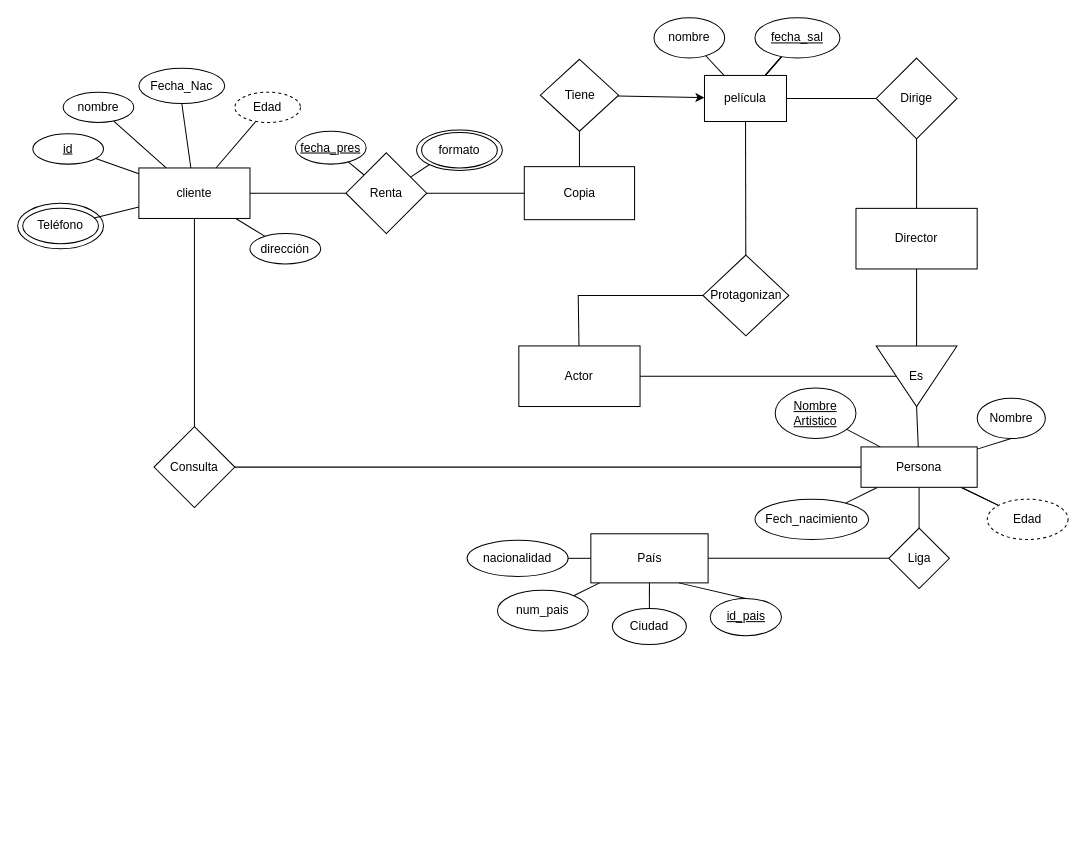
Earlier version of the draw.io diagram videoStore.drawio (jesalazaro/ER-diagrams). Source tidied: cells renumbered, new cells numbered last; positions are measured from the earlier drawing's top-left corner, leaving out a move shared by most shapes. Both pictures are drawn from the tidied source at 101%, with x=0, y=0 at pixel (17, 17).
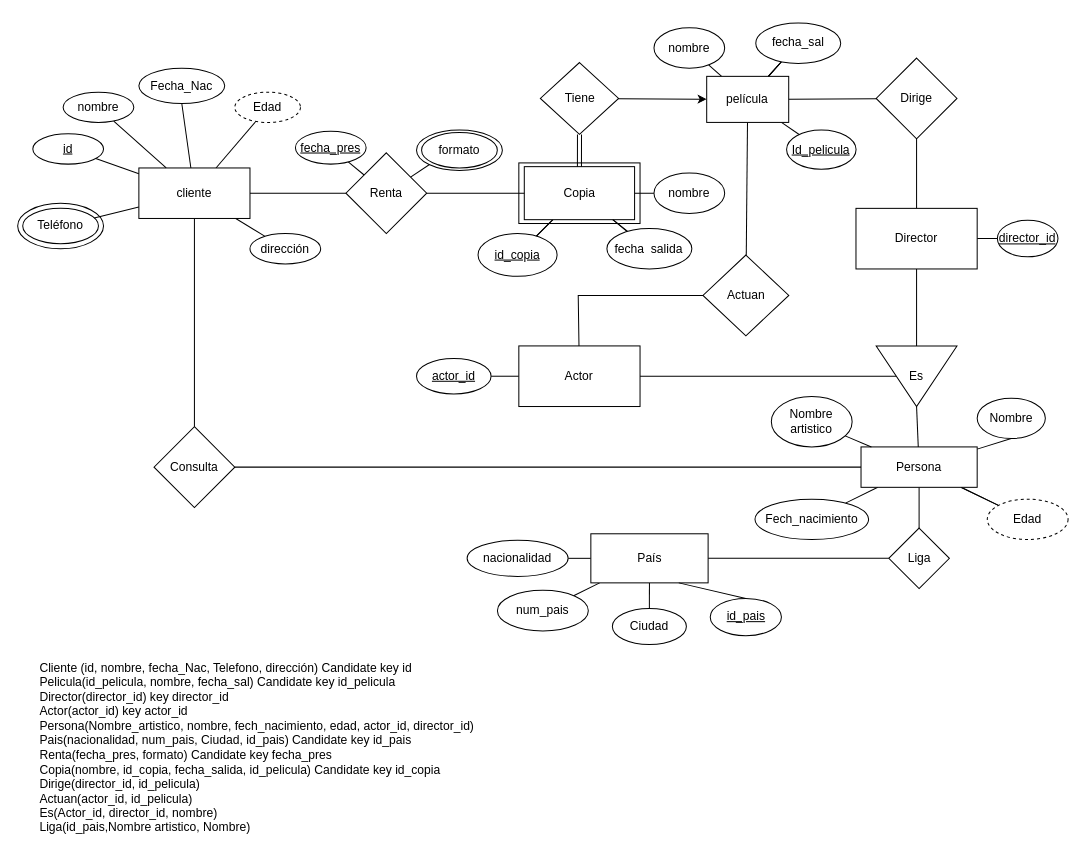
Above is the later version.

The change refers to these unchanged cells:
```xml
<mxCell id="14" value="dirección" style="ellipse;whiteSpace=wrap;html=1;rounded=0;" parent="1" vertex="1">
  <mxGeometry x="230" y="213.8" width="70" height="30" as="geometry" />
</mxCell>
<mxCell id="19" value="Copia" style="rounded=0;whiteSpace=wrap;html=1;" parent="1" vertex="1">
  <mxGeometry x="501.6" y="147.5" width="109.2" height="52.5" as="geometry" />
</mxCell>
<mxCell id="29" value="Actor" style="whiteSpace=wrap;html=1;rounded=0;" parent="1" vertex="1">
  <mxGeometry x="496.2" y="325" width="120" height="60" as="geometry" />
</mxCell>
<mxCell id="33" value="Director" style="whiteSpace=wrap;html=1;rounded=0;" parent="1" vertex="1">
  <mxGeometry x="830" y="188.8" width="120" height="60" as="geometry" />
</mxCell>
```

Diff of the diagram source:
```diff
@@
+    <mxCell id="79" style="rounded=0;whiteSpace=wrap;html=1;" parent="1" vertex="1">
+      <mxGeometry x="496.2" y="143.8" width="120" height="60" as="geometry" />
+    </mxCell>
@@
-    <mxCell id="18" style="edgeStyle=none;rounded=0;jettySize=auto;html=1;startArrow=none;startFill=0;endArrow=none;endFill=0;" parent="1" edge="1" source="19" target="70">
-      <mxGeometry relative="1" as="geometry" />
-    </mxCell>
+    <mxCell id="80" style="edgeStyle=none;rounded=0;jettySize=auto;html=1;endArrow=none;endFill=0;" parent="1" edge="1" source="19" target="89">
+      <mxGeometry relative="1" as="geometry" />
+    </mxCell>
+    <mxCell id="81" style="edgeStyle=none;rounded=0;jettySize=auto;html=1;endArrow=none;endFill=0;" parent="1" edge="1" source="19" target="88">
+      <mxGeometry relative="1" as="geometry" />
+    </mxCell>
+    <mxCell id="82" style="edgeStyle=none;rounded=0;jettySize=auto;html=1;endArrow=none;endFill=0;" parent="1" edge="1" source="19" target="93">
+      <mxGeometry relative="1" as="geometry" />
+    </mxCell>
+    <mxCell id="83" style="edgeStyle=none;rounded=0;jettySize=auto;html=1;endArrow=none;endFill=0;" parent="1" edge="1" source="19" target="93">
+      <mxGeometry relative="1" as="geometry" />
+    </mxCell>
@@
-    <mxCell id="26" value="Protagonizan" style="rhombus;whiteSpace=wrap;html=1;rounded=0;" parent="1" vertex="1">
+    <mxCell id="26" value="Actuan" style="rhombus;whiteSpace=wrap;html=1;rounded=0;" parent="1" vertex="1">
       <mxGeometry x="678.5" y="235" width="85" height="80" as="geometry" />
     </mxCell>
@@
+    <mxCell id="84" style="edgeStyle=none;rounded=0;jettySize=auto;html=1;endArrow=none;endFill=0;" parent="1" edge="1" source="29" target="91">
+      <mxGeometry relative="1" as="geometry" />
+    </mxCell>
@@
+    <mxCell id="85" style="edgeStyle=none;rounded=0;jettySize=auto;html=1;endArrow=none;endFill=0;" parent="1" edge="1" source="33" target="92">
+      <mxGeometry relative="1" as="geometry" />
+    </mxCell>
@@
-    <mxCell id="66" value="&lt;u&gt;Nombre Artistico&lt;/u&gt;" style="ellipse;whiteSpace=wrap;html=1;rounded=0;" parent="1" vertex="1">
-      <mxGeometry x="750" y="366.7" width="80" height="50" as="geometry" />
+    <mxCell id="66" value="Nombre artistico" style="ellipse;whiteSpace=wrap;html=1;rounded=0;align=center;" parent="1" vertex="1">
+      <mxGeometry x="746.2" y="375" width="80" height="50" as="geometry" />
     </mxCell>
@@
     <mxCell id="70" value="Tiene" style="rhombus;whiteSpace=wrap;html=1;rounded=0;" parent="1" vertex="1">
-      <mxGeometry x="517.5" y="41.2" width="77.5" height="71.2" as="geometry" />
+      <mxGeometry x="517.5" y="44.4" width="77.5" height="71.2" as="geometry" />
     </mxCell>
@@
+    <mxCell id="86" style="edgeStyle=none;rounded=0;jettySize=auto;html=1;endArrow=none;endFill=0;" parent="1" edge="1" source="74" target="94">
+      <mxGeometry relative="1" as="geometry" />
+    </mxCell>
     <mxCell id="74" value="película" style="whiteSpace=wrap;html=1;rounded=0;" parent="1" vertex="1">
-      <mxGeometry x="680" y="57.2" width="81.2" height="45.6" as="geometry" />
+      <mxGeometry x="682.2" y="58.1" width="81.2" height="45.6" as="geometry" />
     </mxCell>
@@
-    <mxCell id="76" value="&lt;u&gt;fecha_sal&lt;/u&gt;" style="ellipse;whiteSpace=wrap;html=1;rounded=0;" parent="1" vertex="1">
-      <mxGeometry x="730" width="84.1" height="40" as="geometry" />
+    <mxCell id="76" value="fecha_sal" style="ellipse;whiteSpace=wrap;html=1;rounded=0;" parent="1" vertex="1">
+      <mxGeometry x="730.8" y="5.3" width="84.1" height="40" as="geometry" />
     </mxCell>
     <mxCell id="77" value="nombre" style="ellipse;whiteSpace=wrap;html=1;rounded=0;" parent="1" vertex="1">
-      <mxGeometry x="630" width="70" height="40" as="geometry" />
+      <mxGeometry x="630" y="10" width="70" height="40" as="geometry" />
     </mxCell>
@@
+    <mxCell id="87" style="edgeStyle=none;rounded=0;jettySize=auto;html=1;endArrow=none;endFill=0;" parent="1" edge="1" source="88" target="19">
+      <mxGeometry relative="1" as="geometry" />
+    </mxCell>
+    <mxCell id="88" value="fecha_salida" style="ellipse;whiteSpace=wrap;html=1;rounded=0;align=center;" parent="1" vertex="1">
+      <mxGeometry x="583.4" y="208.8" width="84.1" height="40" as="geometry" />
+    </mxCell>
+    <mxCell id="89" value="nombre" style="ellipse;whiteSpace=wrap;html=1;rounded=0;" parent="1" vertex="1">
+      <mxGeometry x="630" y="153.8" width="70" height="40" as="geometry" />
+    </mxCell>
+    <mxCell id="90" style="edgeStyle=none;rounded=0;orthogonalLoop=1;jettySize=auto;html=1;exitX=0.5;exitY=1;exitDx=0;exitDy=0;endArrow=none;endFill=0;" parent="1" edge="1" source="89" target="89">
+      <mxGeometry relative="1" as="geometry" />
+    </mxCell>
+    <mxCell id="91" value="&lt;u&gt;actor_id&lt;/u&gt;" style="ellipse;whiteSpace=wrap;html=1;rounded=0;" parent="1" vertex="1">
+      <mxGeometry x="394.9" y="337.5" width="73.8" height="35" as="geometry" />
+    </mxCell>
+    <mxCell id="92" value="&lt;u&gt;director_id&lt;/u&gt;" style="ellipse;whiteSpace=wrap;html=1;rounded=0;" parent="1" vertex="1">
+      <mxGeometry x="970" y="200.6" width="60" height="36.2" as="geometry" />
+    </mxCell>
+    <mxCell id="93" value="&lt;u&gt;id_copia&lt;/u&gt;" style="ellipse;whiteSpace=wrap;html=1;rounded=0;direction=south;" parent="1" vertex="1">
+      <mxGeometry x="455.8" y="213.8" width="78.3" height="42.3" as="geometry" />
+    </mxCell>
+    <mxCell id="94" value="&lt;u&gt;Id_pelicula&lt;/u&gt;" style="ellipse;whiteSpace=wrap;html=1;rounded=0;" parent="1" vertex="1">
+      <mxGeometry x="761.3" y="111.2" width="68.8" height="38.8" as="geometry" />
+    </mxCell>
+    <mxCell id="95" style="edgeStyle=none;rounded=0;orthogonalLoop=1;jettySize=auto;html=1;exitX=0.5;exitY=0;exitDx=0;exitDy=0;endArrow=none;endFill=0;" parent="1" edge="1" source="14" target="14">
+      <mxGeometry relative="1" as="geometry" />
+    </mxCell>
+    <mxCell id="96" style="shape=link;html=1;rounded=0;startArrow=none;startFill=0;endArrow=none;endFill=0;exitX=0.5;exitY=1;exitDx=0;exitDy=0;entryX=0.5;entryY=0;entryDx=0;entryDy=0;" parent="1" edge="1" source="70" target="19">
+      <mxGeometry relative="1" as="geometry" />
+    </mxCell>
+    <mxCell id="97" value="Cliente (id, nombre, fecha_Nac, Telefono, dirección) Candidate key id&#10;Pelicula(id_pelicula, nombre, fecha_sal) Candidate key id_pelicula&#10;Director(director_id) key director_id&#10;Actor(actor_id) key actor_id&#10;Persona(Nombre_artistico, nombre, fech_nacimiento, edad, actor_id, director_id) &#10;Pais(nacionalidad, num_pais, Ciudad, id_pais) Candidate key id_pais&#10;Renta(fecha_pres, formato) Candidate key fecha_pres&#10;Copia(nombre, id_copia, fecha_salida, id_pelicula) Candidate key id_copia&#10;Dirige(director_id, id_pelicula)&#10;Actuan(actor_id, id_pelicula)&#10;Es(Actor_id, director_id, nombre)&#10;Liga(id_pais,Nombre artistico, Nombre)" style="text;whiteSpace=wrap;html=1;" parent="1" vertex="1">
+      <mxGeometry x="20" y="630" width="460" height="180" as="geometry" />
+    </mxCell>
```
